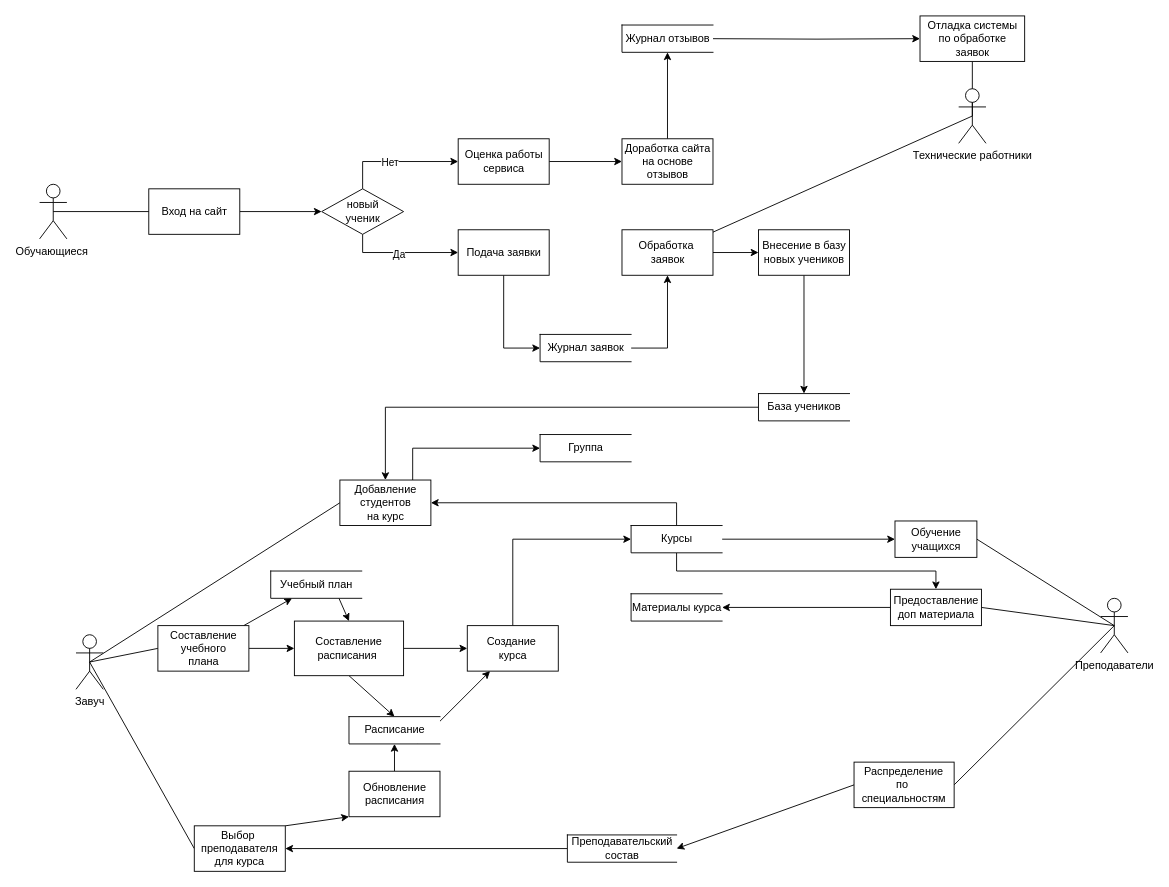
This is DFD1.drawio from JKtheeone/Online-School, a draw.io file, before an edit. Source tidied: cells renumbered, new cells numbered last; positions are measured from the earlier drawing's top-left corner, leaving out a move shared by most shapes. Both pictures are drawn from the tidied source at 91%, with x=0, y=0 at pixel (39, 15).
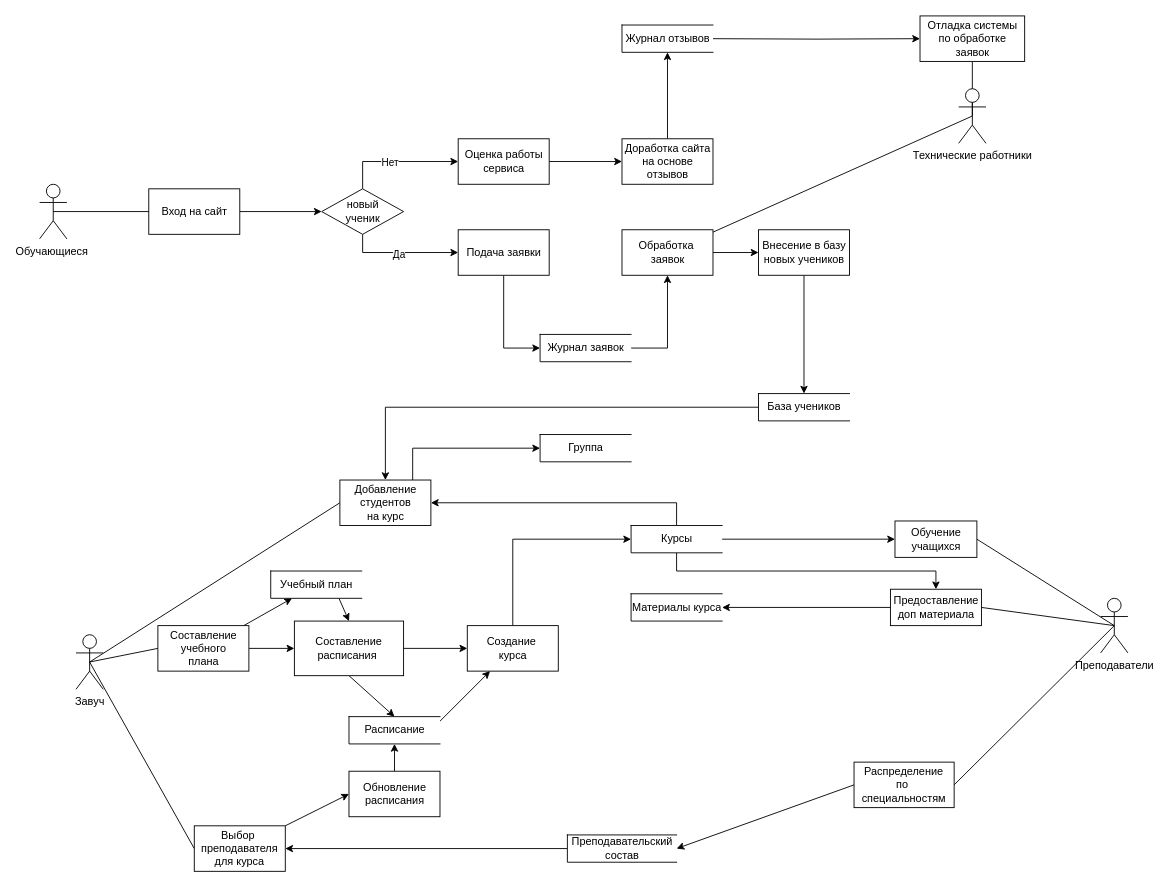
The same diagram, later.

Unchanged cells that the change refers to:
```xml
<mxCell id="54" value="Выбор&amp;nbsp;&lt;br&gt;преподавателя&lt;br&gt;для курса" style="rounded=0;whiteSpace=wrap;html=1;" parent="1" vertex="1">
  <mxGeometry x="170" y="890" width="100" height="50" as="geometry" />
</mxCell>
<mxCell id="67" value="Обновление&lt;br&gt;расписания" style="html=1;dashed=0;whitespace=wrap;" parent="1" vertex="1">
  <mxGeometry x="340" y="830" width="100" height="50" as="geometry" />
</mxCell>
```

Change to the diagram source:
```diff
@@
-    <mxCell id="53" style="edgeStyle=none;rounded=0;jettySize=auto;html=1;exitX=1;exitY=0;exitDx=0;exitDy=0;entryX=0;entryY=1;entryDx=0;entryDy=0;" parent="1" edge="1" source="54" target="67">
+    <mxCell id="53" style="edgeStyle=none;rounded=0;jettySize=auto;html=1;exitX=1;exitY=0;exitDx=0;exitDy=0;entryX=0;entryY=0.5;entryDx=0;entryDy=0;" parent="1" edge="1" source="54" target="67">
       <mxGeometry relative="1" as="geometry" />
     </mxCell>
```
